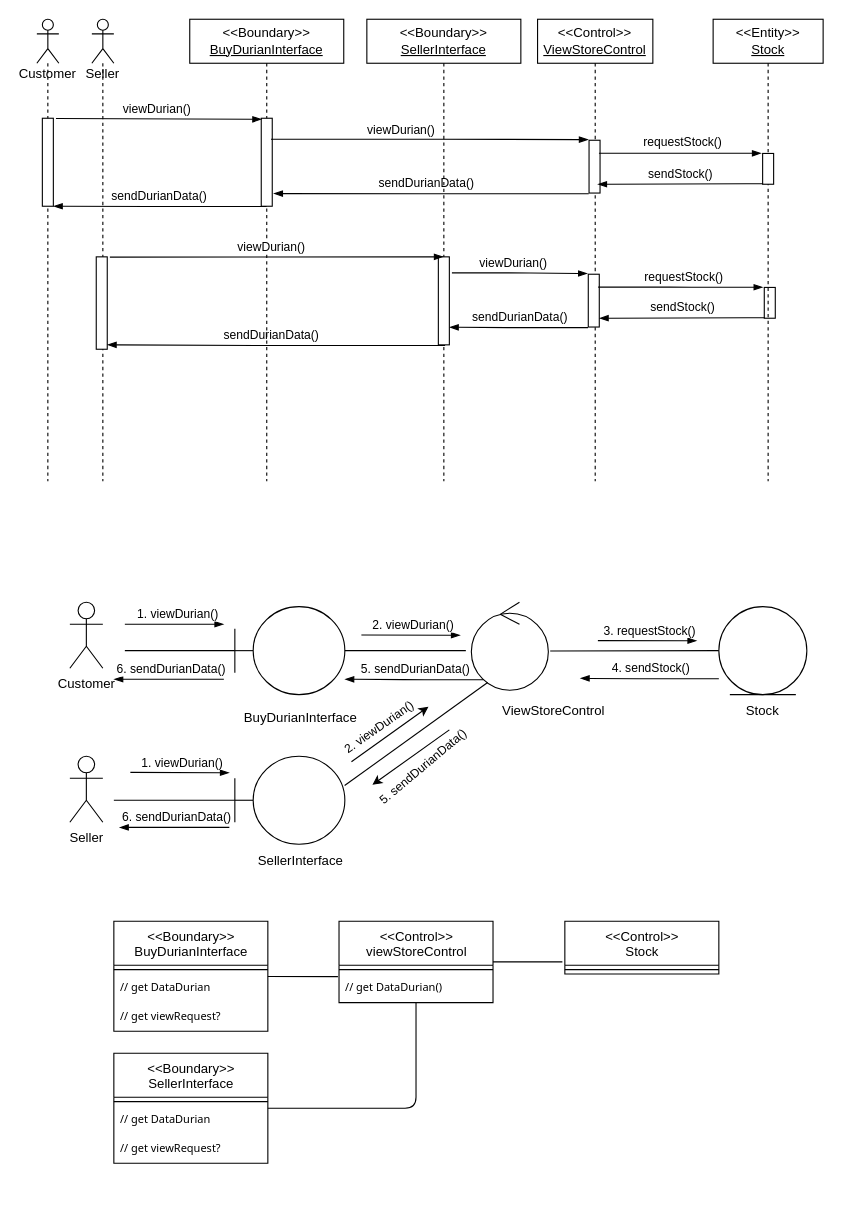
Before: View Stock.drawio in munkeawtoast/isad-diagrams, a draw.io diagram. Source tidied: cells renumbered, new cells numbered last; positions are measured from the earlier drawing's top-left corner, leaving out a move shared by most shapes. Both pictures are drawn from the tidied source at 110%, with x=0, y=0 at pixel (36, 19).
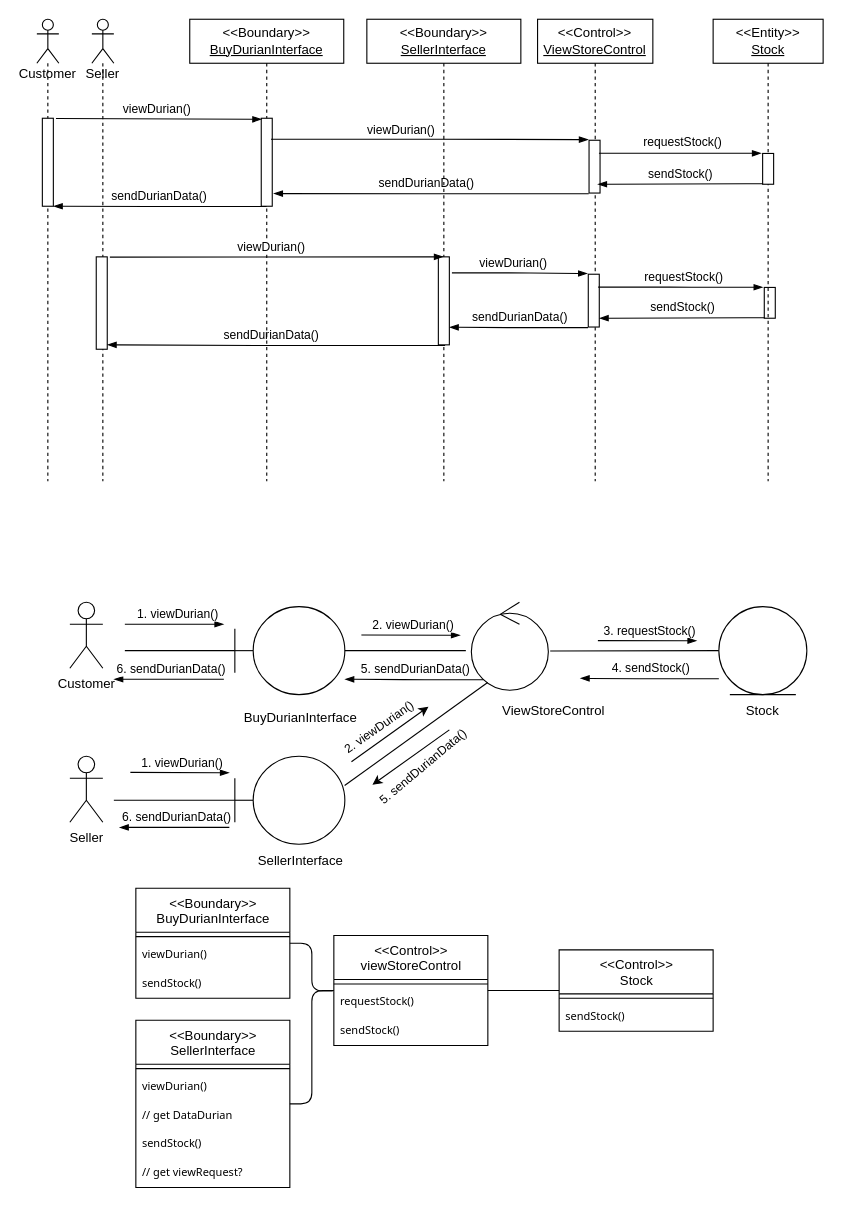
The same page after the edit.

What changed in the source:
```diff
@@
     <mxCell id="32" value="&lt;span style=&quot;font-family: Helvetica; font-size: 12px; font-style: normal; font-variant-ligatures: normal; font-variant-caps: normal; font-weight: 400; letter-spacing: normal; orphans: 2; text-align: center; text-indent: 0px; text-transform: none; widows: 2; word-spacing: 0px; -webkit-text-stroke-width: 0px; text-decoration-thickness: initial; text-decoration-style: initial; text-decoration-color: initial; float: none; display: inline !important;&quot;&gt;&amp;lt;&amp;lt;Boundary&amp;gt;&amp;gt;&lt;/span&gt;&lt;br style=&quot;border-color: rgb(0, 0, 0); font-family: Helvetica; font-size: 12px; font-style: normal; font-variant-ligatures: normal; font-variant-caps: normal; font-weight: 400; letter-spacing: normal; orphans: 2; text-align: center; text-indent: 0px; text-transform: none; widows: 2; word-spacing: 0px; -webkit-text-stroke-width: 0px; text-decoration-thickness: initial; text-decoration-style: initial; text-decoration-color: initial;&quot;&gt;BuyDurianInterface" style="swimlane;fontStyle=0;align=center;verticalAlign=top;horizontal=1;startSize=40;html=1;" parent="1" vertex="1">
-      <mxGeometry x="70" y="820" width="140" height="100" as="geometry" />
+      <mxGeometry x="90" y="790" width="140" height="100" as="geometry" />
     </mxCell>
@@
-    <mxCell id="34" value="// get DataDurian" style="text;strokeColor=none;fillColor=none;align=left;verticalAlign=top;spacingLeft=4;spacingRight=4;overflow=hidden;strokeWidth=0;fontFamily=Tahoma;fontSize=10;" parent="32" vertex="1">
+    <mxCell id="34" value="viewDurian()" style="text;strokeColor=none;fillColor=none;align=left;verticalAlign=top;spacingLeft=4;spacingRight=4;overflow=hidden;strokeWidth=0;fontFamily=Tahoma;fontSize=10;" parent="32" vertex="1">
       <mxGeometry y="48" width="140" height="26" as="geometry" />
     </mxCell>
-    <mxCell id="35" value="// get viewRequest?" style="text;strokeColor=none;fillColor=none;align=left;verticalAlign=top;spacingLeft=4;spacingRight=4;overflow=hidden;strokeWidth=0;fontFamily=Tahoma;fontSize=10;" parent="32" vertex="1">
-      <mxGeometry y="74" width="140" height="26" as="geometry" />
-    </mxCell>
+    <mxCell id="91" value="sendStock()" style="text;strokeColor=none;fillColor=none;align=left;verticalAlign=top;spacingLeft=4;spacingRight=4;overflow=hidden;strokeWidth=0;fontFamily=Tahoma;fontSize=10;" parent="32" vertex="1">
+      <mxGeometry y="74" width="140" height="26" as="geometry" />
+    </mxCell>
     <mxCell id="36" value="&lt;span style=&quot;&quot;&gt;&amp;lt;&amp;lt;Control&amp;gt;&amp;gt;&lt;/span&gt;&lt;br style=&quot;&quot;&gt;&lt;span style=&quot;&quot;&gt;viewStoreControl&lt;/span&gt;" style="swimlane;fontStyle=0;align=center;verticalAlign=top;horizontal=1;startSize=40;html=1;" parent="1" vertex="1">
-      <mxGeometry x="274.7" y="820" width="140" height="74" as="geometry" />
+      <mxGeometry x="270" y="833" width="140" height="100" as="geometry" />
     </mxCell>
@@
-    <mxCell id="38" value="// get DataDurian()" style="text;strokeColor=none;fillColor=none;align=left;verticalAlign=top;spacingLeft=4;spacingRight=4;overflow=hidden;points=[[0,0.5],[1,0.5]];portConstraint=eastwest;strokeWidth=0;fontFamily=Tahoma;fontSize=10;" parent="36" vertex="1">
+    <mxCell id="38" value="requestStock()" style="text;strokeColor=none;fillColor=none;align=left;verticalAlign=top;spacingLeft=4;spacingRight=4;overflow=hidden;points=[[0,0.5],[1,0.5]];portConstraint=eastwest;strokeWidth=0;fontFamily=Tahoma;fontSize=10;" parent="36" vertex="1">
       <mxGeometry y="48" width="140" height="26" as="geometry" />
     </mxCell>
+    <mxCell id="92" value="sendStock()" style="text;strokeColor=none;fillColor=none;align=left;verticalAlign=top;spacingLeft=4;spacingRight=4;overflow=hidden;strokeWidth=0;fontFamily=Tahoma;fontSize=10;" parent="36" vertex="1">
+      <mxGeometry y="74" width="140" height="26" as="geometry" />
+    </mxCell>
     <mxCell id="39" value="&lt;span style=&quot;&quot;&gt;&amp;lt;&amp;lt;Control&amp;gt;&amp;gt;&lt;/span&gt;&lt;br style=&quot;&quot;&gt;Stock" style="swimlane;fontStyle=0;align=center;verticalAlign=top;horizontal=1;startSize=40;html=1;" parent="1" vertex="1">
-      <mxGeometry x="480" y="820" width="140" height="48" as="geometry" />
+      <mxGeometry x="474.8" y="846" width="140" height="74" as="geometry" />
     </mxCell>
@@
+    <mxCell id="93" value="sendStock()" style="text;strokeColor=none;fillColor=none;align=left;verticalAlign=top;spacingLeft=4;spacingRight=4;overflow=hidden;strokeWidth=0;fontFamily=Tahoma;fontSize=10;" parent="39" vertex="1">
+      <mxGeometry y="48" width="140" height="26" as="geometry" />
+    </mxCell>
@@
-    <mxCell id="84" style="edgeStyle=none;html=1;entryX=-0.016;entryY=0.769;entryDx=0;entryDy=0;entryPerimeter=0;endArrow=none;endFill=0;" parent="1" edge="1" source="36" target="39">
+    <mxCell id="84" style="edgeStyle=none;html=1;endArrow=none;endFill=0;" parent="1" edge="1" source="36" target="39">
       <mxGeometry relative="1" as="geometry" />
     </mxCell>
-    <mxCell id="85" style="edgeStyle=none;html=1;entryX=-0.007;entryY=0.091;entryDx=0;entryDy=0;entryPerimeter=0;endArrow=none;endFill=0;" parent="1" edge="1" source="32" target="38">
+    <mxCell id="85" style="edgeStyle=orthogonalEdgeStyle;html=1;entryX=-0.007;entryY=0.091;entryDx=0;entryDy=0;entryPerimeter=0;endArrow=none;endFill=0;" parent="1" edge="1" source="32" target="38">
       <mxGeometry relative="1" as="geometry" />
     </mxCell>
     <mxCell id="86" value="&lt;span style=&quot;font-family: Helvetica; font-size: 12px; font-style: normal; font-variant-ligatures: normal; font-variant-caps: normal; font-weight: 400; letter-spacing: normal; orphans: 2; text-align: center; text-indent: 0px; text-transform: none; widows: 2; word-spacing: 0px; -webkit-text-stroke-width: 0px; text-decoration-thickness: initial; text-decoration-style: initial; text-decoration-color: initial; float: none; display: inline !important;&quot;&gt;&amp;lt;&amp;lt;Boundary&amp;gt;&amp;gt;&lt;/span&gt;&lt;br style=&quot;border-color: rgb(0, 0, 0); font-family: Helvetica; font-size: 12px; font-style: normal; font-variant-ligatures: normal; font-variant-caps: normal; font-weight: 400; letter-spacing: normal; orphans: 2; text-align: center; text-indent: 0px; text-transform: none; widows: 2; word-spacing: 0px; -webkit-text-stroke-width: 0px; text-decoration-thickness: initial; text-decoration-style: initial; text-decoration-color: initial;&quot;&gt;SellerInterface" style="swimlane;fontStyle=0;align=center;verticalAlign=top;horizontal=1;startSize=40;html=1;" parent="1" vertex="1">
-      <mxGeometry x="70" y="940" width="140" height="100" as="geometry" />
+      <mxGeometry x="90" y="910" width="140" height="152" as="geometry" />
     </mxCell>
@@
+    <mxCell id="94" value="viewDurian()" style="text;strokeColor=none;fillColor=none;align=left;verticalAlign=top;spacingLeft=4;spacingRight=4;overflow=hidden;strokeWidth=0;fontFamily=Tahoma;fontSize=10;" parent="86" vertex="1">
+      <mxGeometry y="48" width="140" height="26" as="geometry" />
+    </mxCell>
     <mxCell id="88" value="// get DataDurian" style="text;strokeColor=none;fillColor=none;align=left;verticalAlign=top;spacingLeft=4;spacingRight=4;overflow=hidden;strokeWidth=0;fontFamily=Tahoma;fontSize=10;" parent="86" vertex="1">
-      <mxGeometry y="48" width="140" height="26" as="geometry" />
+      <mxGeometry y="74" width="140" height="26" as="geometry" />
     </mxCell>
+    <mxCell id="95" value="sendStock()" style="text;strokeColor=none;fillColor=none;align=left;verticalAlign=top;spacingLeft=4;spacingRight=4;overflow=hidden;strokeWidth=0;fontFamily=Tahoma;fontSize=10;" parent="86" vertex="1">
+      <mxGeometry y="100" width="140" height="26" as="geometry" />
+    </mxCell>
     <mxCell id="89" value="// get viewRequest?" style="text;strokeColor=none;fillColor=none;align=left;verticalAlign=top;spacingLeft=4;spacingRight=4;overflow=hidden;strokeWidth=0;fontFamily=Tahoma;fontSize=10;" parent="86" vertex="1">
-      <mxGeometry y="74" width="140" height="26" as="geometry" />
+      <mxGeometry y="126" width="140" height="26" as="geometry" />
     </mxCell>
```
